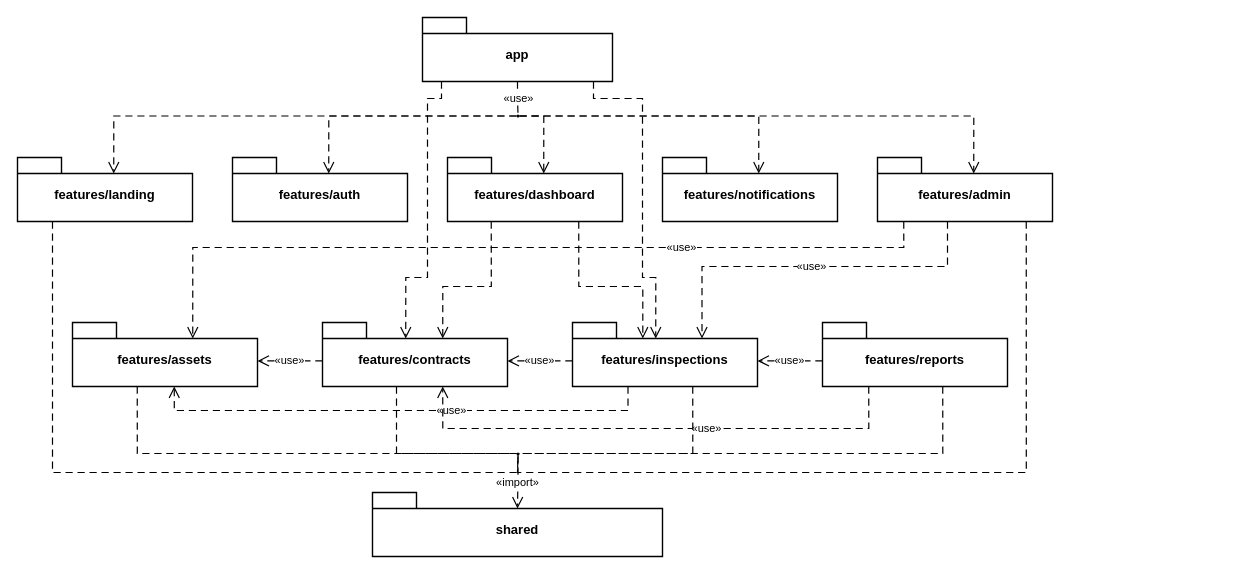
Before: page "Web Portal Package Diagram" (2 of 3) of diagrams/smartdrone-package-diagrams.drawio in tungbach12/SmartDroneInspection-Docs, a draw.io diagram. Source tidied: cells renumbered, new cells numbered last; positions are measured from the earlier drawing's top-left corner, leaving out a move shared by most shapes. Both pictures are drawn from the tidied source at 100%, with x=0, y=0 at pixel (17, 17).
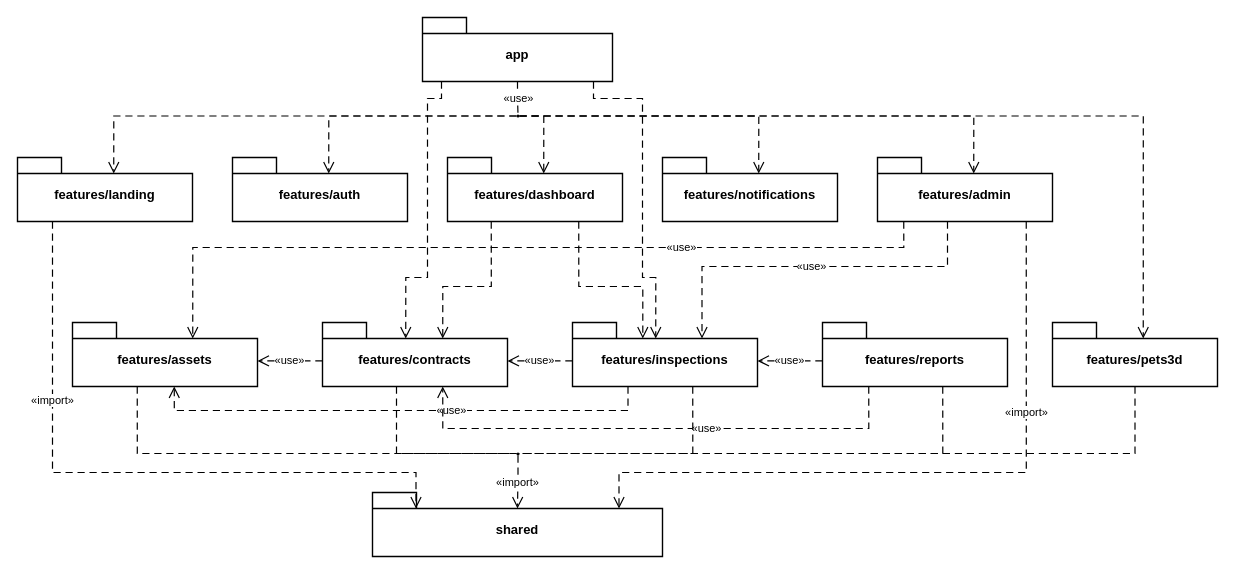
After the change.

The change refers to these unchanged cells:
```xml
<mxCell id="3" value="features/landing" style="shape=folder;tabWidth=44;tabHeight=16;tabPosition=left;html=1;whiteSpace=wrap;fillColor=#ffffff;strokeColor=#000000;fontColor=#000000;strokeWidth=1.4;fontSize=13;fontStyle=1;spacingTop=10;verticalAlign=middle;align=center;" parent="1" vertex="1">
  <mxGeometry y="140" width="175" height="64" as="geometry" />
</mxCell>
<mxCell id="7" value="features/admin" style="shape=folder;tabWidth=44;tabHeight=16;tabPosition=left;html=1;whiteSpace=wrap;fillColor=#ffffff;strokeColor=#000000;fontColor=#000000;strokeWidth=1.4;fontSize=13;fontStyle=1;spacingTop=10;verticalAlign=middle;align=center;" parent="1" vertex="1">
  <mxGeometry x="860" y="140" width="175" height="64" as="geometry" />
</mxCell>
<mxCell id="12" value="shared" style="shape=folder;tabWidth=44;tabHeight=16;tabPosition=left;html=1;whiteSpace=wrap;fillColor=#ffffff;strokeColor=#000000;fontColor=#000000;strokeWidth=1.4;fontSize=13;fontStyle=1;spacingTop=10;verticalAlign=middle;align=center;" parent="1" vertex="1">
  <mxGeometry x="355" y="475" width="290" height="64" as="geometry" />
</mxCell>
<mxCell id="13" style="ellipse;whiteSpace=wrap;html=1;fillColor=#000000;strokeColor=none;" parent="1" vertex="1">
  <mxGeometry x="499" y="97" width="3" height="3" as="geometry" />
</mxCell>
<mxCell id="14" style="ellipse;whiteSpace=wrap;html=1;fillColor=#000000;strokeColor=none;" parent="1" vertex="1">
  <mxGeometry x="499" y="435" width="3" height="3" as="geometry" />
</mxCell>
```

What changed in the source:
```diff
@@
+    <mxCell id="39" value="features/pets3d" style="shape=folder;tabWidth=44;tabHeight=16;tabPosition=left;html=1;whiteSpace=wrap;fillColor=#ffffff;strokeColor=#000000;fontColor=#000000;strokeWidth=1.4;fontSize=13;fontStyle=1;spacingTop=10;verticalAlign=middle;align=center;" parent="1" vertex="1">
+      <mxGeometry x="1035" y="305" width="165" height="64" as="geometry" />
+    </mxCell>
@@
-    <mxCell id="37" style="edgeStyle=orthogonalEdgeStyle;rounded=0;dashed=1;dashPattern=6 4;endArrow=open;endFill=0;endSize=9;strokeColor=#000000;fontColor=#000000;strokeWidth=1.2;fontSize=11;html=1;labelBackgroundColor=#ffffff;exitPerimeter=0;entryPerimeter=0;exitX=0.2;exitY=1;endArrow=none;" parent="1" edge="1" source="3" target="14">
-      <mxGeometry relative="1" as="geometry">
+    <mxCell id="37" value="«import»" style="edgeStyle=orthogonalEdgeStyle;rounded=0;dashed=1;dashPattern=6 4;endArrow=open;endFill=0;endSize=9;strokeColor=#000000;fontColor=#000000;strokeWidth=1.2;fontSize=11;html=1;labelBackgroundColor=#ffffff;exitPerimeter=0;entryPerimeter=0;exitX=0.2;exitY=1;entryX=0.15;entryY=0.25;" parent="1" edge="1" source="3" target="12">
+      <mxGeometry x="-0.45" relative="1" as="geometry">
         <Array as="points">
           <mxPoint x="35" y="455" />
-          <mxPoint x="500" y="455" />
+          <mxPoint x="398" y="455" />
         </Array>
       </mxGeometry>
     </mxCell>
-    <mxCell id="38" style="edgeStyle=orthogonalEdgeStyle;rounded=0;dashed=1;dashPattern=6 4;endArrow=open;endFill=0;endSize=9;strokeColor=#000000;fontColor=#000000;strokeWidth=1.2;fontSize=11;html=1;labelBackgroundColor=#ffffff;exitPerimeter=0;entryPerimeter=0;exitX=0.85;exitY=1;endArrow=none;" parent="1" edge="1" source="7" target="14">
-      <mxGeometry relative="1" as="geometry">
+    <mxCell id="38" value="«import»" style="edgeStyle=orthogonalEdgeStyle;rounded=0;dashed=1;dashPattern=6 4;endArrow=open;endFill=0;endSize=9;strokeColor=#000000;fontColor=#000000;strokeWidth=1.2;fontSize=11;html=1;labelBackgroundColor=#ffffff;exitPerimeter=0;entryPerimeter=0;exitX=0.85;exitY=1;entryX=0.85;entryY=0.25;" parent="1" edge="1" source="7" target="12">
+      <mxGeometry x="-0.45" relative="1" as="geometry">
         <Array as="points">
           <mxPoint x="1009" y="455" />
-          <mxPoint x="500" y="455" />
+          <mxPoint x="601" y="455" />
         </Array>
       </mxGeometry>
     </mxCell>
+    <mxCell id="40" style="edgeStyle=orthogonalEdgeStyle;rounded=0;dashed=1;dashPattern=6 4;endArrow=open;endFill=0;endSize=9;strokeColor=#000000;fontColor=#000000;strokeWidth=1.2;fontSize=11;html=1;labelBackgroundColor=#ffffff;exitPerimeter=0;entryPerimeter=0;entryX=0.55;entryY=0.25;" parent="1" edge="1" source="13" target="39">
+      <mxGeometry relative="1" as="geometry">
+        <Array as="points">
+          <mxPoint x="1126" y="98" />
+        </Array>
+      </mxGeometry>
+    </mxCell>
+    <mxCell id="41" style="edgeStyle=orthogonalEdgeStyle;rounded=0;dashed=1;dashPattern=6 4;endArrow=open;endFill=0;endSize=9;strokeColor=#000000;fontColor=#000000;strokeWidth=1.2;fontSize=11;html=1;labelBackgroundColor=#ffffff;exitPerimeter=0;entryPerimeter=0;exitX=0.5;exitY=1;endArrow=none;" parent="1" edge="1" source="39" target="14">
+      <mxGeometry relative="1" as="geometry">
+        <Array as="points">
+          <mxPoint x="1118" y="436" />
+          <mxPoint x="500" y="436" />
+        </Array>
+      </mxGeometry>
+    </mxCell>
```
